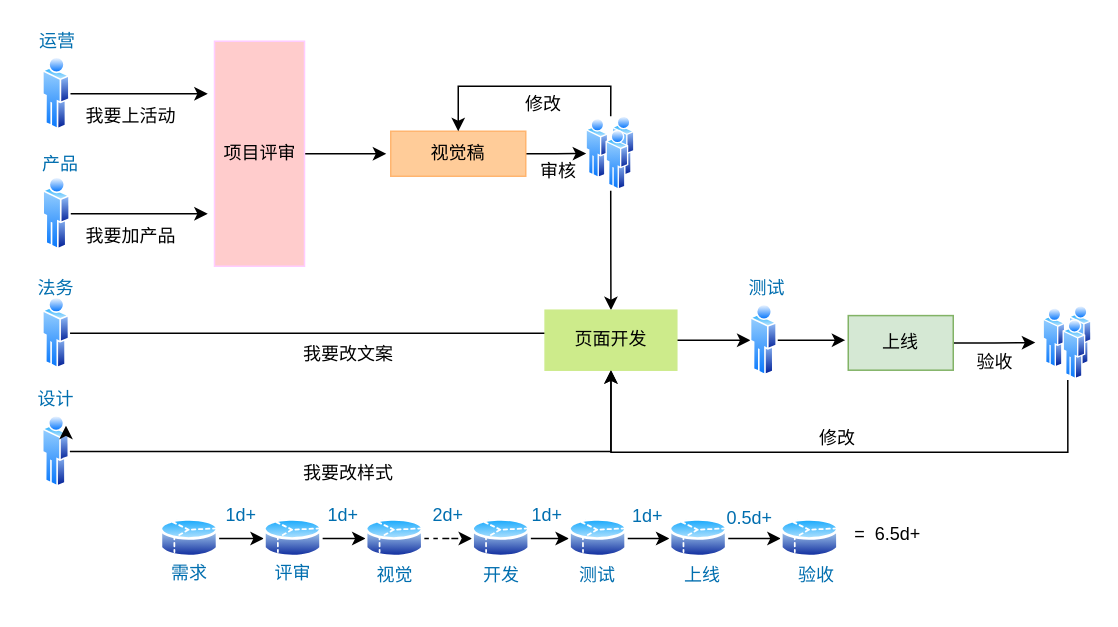
Above: page "配置平台2" (6 of 7) of Untitled Diagram.drawio in zyx1992/hexoDocs (draw.io), before the change. Source tidied: cells renumbered, new cells numbered last; positions are measured from the earlier drawing's top-left corner, leaving out a move shared by most shapes. Both pictures are drawn from the tidied source at 150%, with x=0, y=0 at pixel (26, 26).
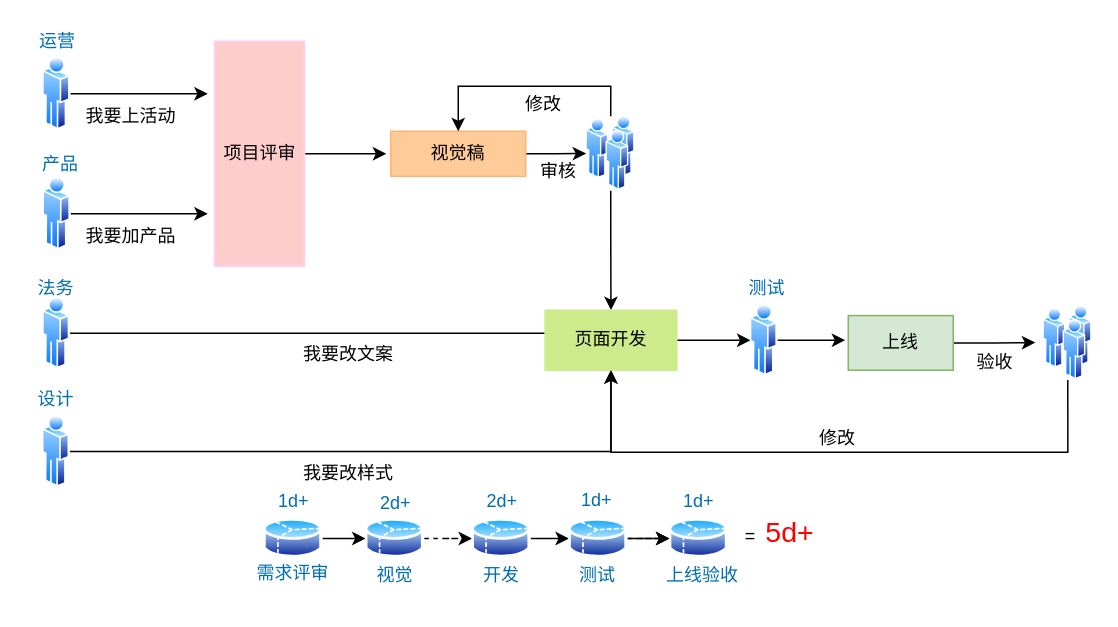
After the change.

Unchanged cells that the change refers to:
```xml
<mxCell id="15" style="perimeter=ellipsePerimeter;html=1;align=center;shadow=0;dashed=0;spacingTop=3;image;image=img/lib/active_directory/user.svg;strokeColor=#FFB570;fontColor=#006EAF;" parent="1" vertex="1">
  <mxGeometry x="10.9" y="258.9" width="18.2" height="49.3" as="geometry" />
</mxCell>
<mxCell id="59" style="perimeter=ellipsePerimeter;html=1;align=center;shadow=0;dashed=0;spacingTop=3;image;image=img/lib/active_directory/database_partition_3.svg;strokeColor=#FFB570;fontColor=#006EAF;" parent="1" vertex="1">
  <mxGeometry x="158.4" y="327" width="39.2" height="29" as="geometry" />
</mxCell>
<mxCell id="65" style="perimeter=ellipsePerimeter;html=1;align=center;shadow=0;dashed=0;spacingTop=3;image;image=img/lib/active_directory/database_partition_3.svg;strokeColor=#FFB570;fontColor=#006EAF;" parent="1" vertex="1">
  <mxGeometry x="361.8" y="327" width="39.2" height="29" as="geometry" />
</mxCell>
<mxCell id="67" style="perimeter=ellipsePerimeter;html=1;align=center;shadow=0;dashed=0;spacingTop=3;image;image=img/lib/active_directory/database_partition_3.svg;strokeColor=#FFB570;fontColor=#006EAF;" parent="1" vertex="1">
  <mxGeometry x="428.8" y="327" width="39.2" height="29" as="geometry" />
</mxCell>
```

Diff of the diagram source:
```diff
@@
-    <mxCell id="36" style="edgeStyle=orthogonalEdgeStyle;rounded=0;jettySize=auto;html=1;entryX=0;entryY=0.5;entryDx=0;entryDy=0;fontColor=#000000;" parent="1" edge="1" source="37" target="59">
-      <mxGeometry relative="1" as="geometry" />
-    </mxCell>
-    <mxCell id="37" style="perimeter=ellipsePerimeter;html=1;align=center;shadow=0;dashed=0;spacingTop=3;image;image=img/lib/active_directory/database_partition_3.svg;strokeColor=#FFB570;fontColor=#006EAF;" parent="1" vertex="1">
-      <mxGeometry x="89.4" y="327" width="39.2" height="29" as="geometry" />
-    </mxCell>
@@
-    <mxCell id="39" value="需求" style="text;html=1;strokeColor=none;fillColor=none;align=center;verticalAlign=middle;whiteSpace=wrap;rounded=0;fontColor=#006EAF;" parent="1" vertex="1">
-      <mxGeometry x="69" y="355" width="80" height="20" as="geometry" />
-    </mxCell>
-    <mxCell id="40" value="评审" style="text;html=1;strokeColor=none;fillColor=none;align=center;verticalAlign=middle;whiteSpace=wrap;rounded=0;fontColor=#006EAF;" parent="1" vertex="1">
+    <mxCell id="40" value="需求评审" style="text;html=1;strokeColor=none;fillColor=none;align=center;verticalAlign=middle;whiteSpace=wrap;rounded=0;fontColor=#006EAF;" parent="1" vertex="1">
       <mxGeometry x="138" y="355" width="80" height="20" as="geometry" />
     </mxCell>
-    <mxCell id="41" value="1d+" style="text;html=1;align=center;verticalAlign=middle;fontColor=#006EAF;" parent="1" vertex="1">
-      <mxGeometry x="122.5" y="316" width="40" height="20" as="geometry" />
-    </mxCell>
@@
     <mxCell id="43" value="1d+" style="text;html=1;align=center;verticalAlign=middle;fontColor=#006EAF;" parent="1" vertex="1">
-      <mxGeometry x="191.4" y="316" width="40" height="20" as="geometry" />
+      <mxGeometry x="158.4" y="307.2" width="40" height="20" as="geometry" />
     </mxCell>
@@
     <mxCell id="46" value="2d+" style="text;html=1;align=center;verticalAlign=middle;fontColor=#006EAF;" parent="1" vertex="1">
-      <mxGeometry x="261.4" y="316" width="40" height="20" as="geometry" />
+      <mxGeometry x="226.2" y="308.2" width="40" height="20" as="geometry" />
     </mxCell>
@@
-    <mxCell id="49" value="0.5d+" style="text;html=1;align=center;verticalAlign=middle;fontColor=#006EAF;" parent="1" vertex="1">
-      <mxGeometry x="461.7" y="319" width="40" height="18" as="geometry" />
-    </mxCell>
@@
-    <mxCell id="51" value="上线" style="text;html=1;strokeColor=none;fillColor=none;align=center;verticalAlign=middle;whiteSpace=wrap;rounded=0;fontColor=#006EAF;" parent="1" vertex="1">
+    <mxCell id="51" value="上线验收" style="text;html=1;strokeColor=none;fillColor=none;align=center;verticalAlign=middle;whiteSpace=wrap;rounded=0;fontColor=#006EAF;" parent="1" vertex="1">
       <mxGeometry x="411.4" y="356" width="80" height="20" as="geometry" />
     </mxCell>
-    <mxCell id="52" value="验收" style="text;html=1;strokeColor=none;fillColor=none;align=center;verticalAlign=middle;whiteSpace=wrap;rounded=0;fontColor=#006EAF;" parent="1" vertex="1">
-      <mxGeometry x="487" y="356" width="80" height="20" as="geometry" />
-    </mxCell>
-    <mxCell id="53" value="1d+" style="text;html=1;align=center;verticalAlign=middle;fontColor=#006EAF;" parent="1" vertex="1">
-      <mxGeometry x="331.8" y="317" width="30" height="18" as="geometry" />
+    <mxCell id="53" value="2d+" style="text;html=1;align=center;verticalAlign=middle;fontColor=#006EAF;" parent="1" vertex="1">
+      <mxGeometry x="301.8" y="308.2" width="30" height="18" as="geometry" />
     </mxCell>
     <mxCell id="54" value="1d+" style="text;html=1;align=center;verticalAlign=middle;fontColor=#006EAF;" parent="1" vertex="1">
-      <mxGeometry x="394.4" y="317" width="40" height="20" as="geometry" />
+      <mxGeometry x="433" y="308.2" width="30" height="18" as="geometry" />
     </mxCell>
@@
-    <mxCell id="56" value="=&amp;nbsp; 6.5d+" style="text;html=1;align=center;verticalAlign=middle;fontColor=#000000;" parent="1" vertex="1">
-      <mxGeometry x="546.8" y="330" width="54" height="18" as="geometry" />
+    <mxCell id="56" value="=&amp;nbsp;&lt;font color=&quot;#ff0000&quot;&gt; &lt;font style=&quot;font-size: 19px&quot;&gt;5d+&lt;/font&gt;&lt;/font&gt;" style="text;html=1;align=center;verticalAlign=middle;fontColor=#000000;" parent="1" vertex="1">
+      <mxGeometry x="473.6" y="327.2" width="56" height="21" as="geometry" />
     </mxCell>
-    <mxCell id="57" style="edgeStyle=orthogonalEdgeStyle;rounded=0;orthogonalLoop=1;jettySize=auto;html=1;exitX=0.5;exitY=1;exitDx=0;exitDy=0;fontColor=#000000;" parent="1" edge="1" source="39" target="39">
-      <mxGeometry relative="1" as="geometry" />
+    <mxCell id="57" style="edgeStyle=orthogonalEdgeStyle;rounded=0;orthogonalLoop=1;jettySize=auto;html=1;exitX=0.5;exitY=1;exitDx=0;exitDy=0;fontColor=#000000;" parent="1" edge="1">
+      <mxGeometry relative="1" as="geometry">
+        <mxPoint x="109" y="375" as="sourcePoint" />
+        <mxPoint x="109" y="375" as="targetPoint" />
+      </mxGeometry>
     </mxCell>
@@
+    <mxCell id="72" style="edgeStyle=orthogonalEdgeStyle;rounded=0;jettySize=auto;html=1;dashed=1;fontColor=#B0E3E6;" parent="1" edge="1" source="65" target="67">
+      <mxGeometry relative="1" as="geometry" />
+    </mxCell>
@@
-    <mxCell id="66" style="edgeStyle=orthogonalEdgeStyle;rounded=0;jettySize=auto;html=1;entryX=0;entryY=0.5;entryDx=0;entryDy=0;fontColor=#000000;" parent="1" edge="1" source="67" target="68">
-      <mxGeometry relative="1" as="geometry" />
-    </mxCell>
@@
-    <mxCell id="68" style="perimeter=ellipsePerimeter;html=1;align=center;shadow=0;dashed=0;spacingTop=3;image;image=img/lib/active_directory/database_partition_3.svg;strokeColor=#FFB570;fontColor=#006EAF;" parent="1" vertex="1">
-      <mxGeometry x="503" y="327" width="39.2" height="29" as="geometry" />
-    </mxCell>
@@
-    <mxCell id="71" style="edgeStyle=orthogonalEdgeStyle;rounded=0;orthogonalLoop=1;jettySize=auto;html=1;exitX=1;exitY=0.25;exitDx=0;exitDy=0;entryX=1;entryY=0;entryDx=0;entryDy=0;fontColor=#000000;" parent="1" edge="1" source="15" target="15">
-      <mxGeometry relative="1" as="geometry" />
-    </mxCell>
+    <mxCell id="41" value="1d+" style="text;html=1;align=center;verticalAlign=middle;fontColor=#006EAF;" parent="1" vertex="1">
+      <mxGeometry x="365" y="307.2" width="30" height="18" as="geometry" />
+    </mxCell>
```
